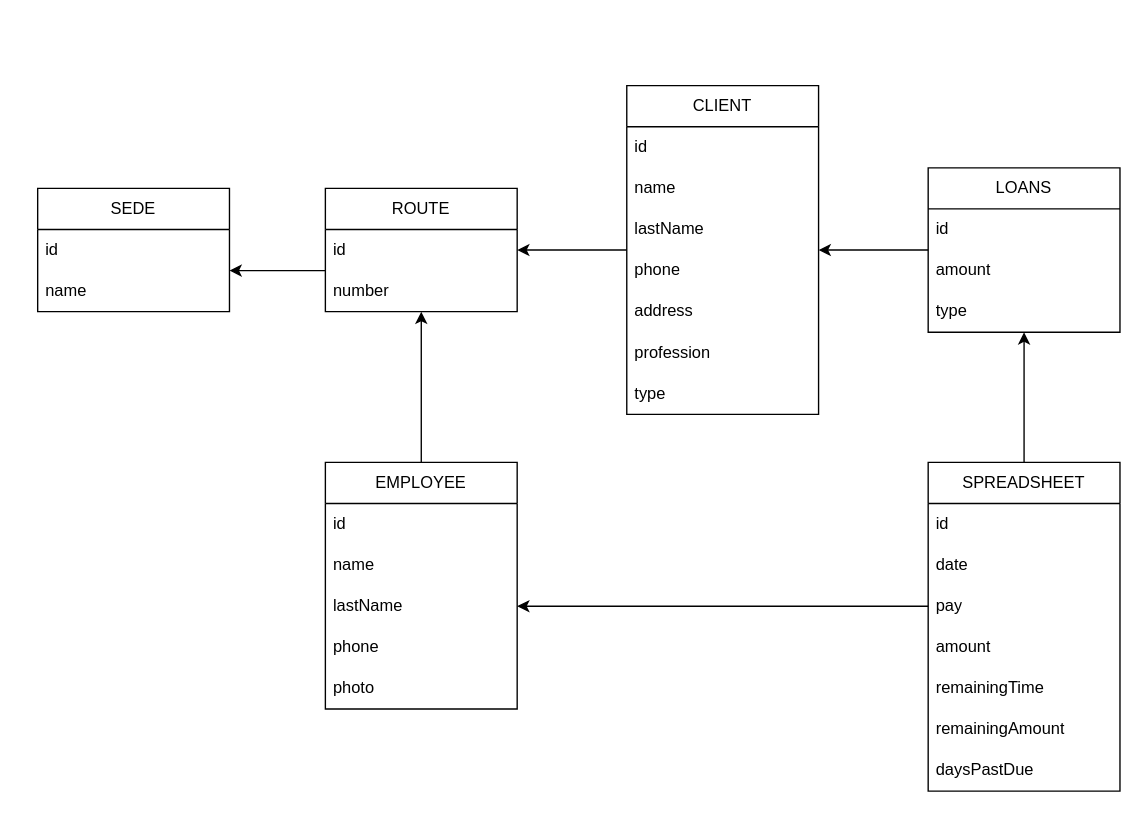
Before: schema_.drawio in david-ortegac/gotagota, a draw.io diagram. Source tidied: cells renumbered, new cells numbered last; positions are measured from the earlier drawing's top-left corner, leaving out a move shared by most shapes. Both pictures are drawn from the tidied source at 137%, with x=0, y=0 at pixel (37, 85).
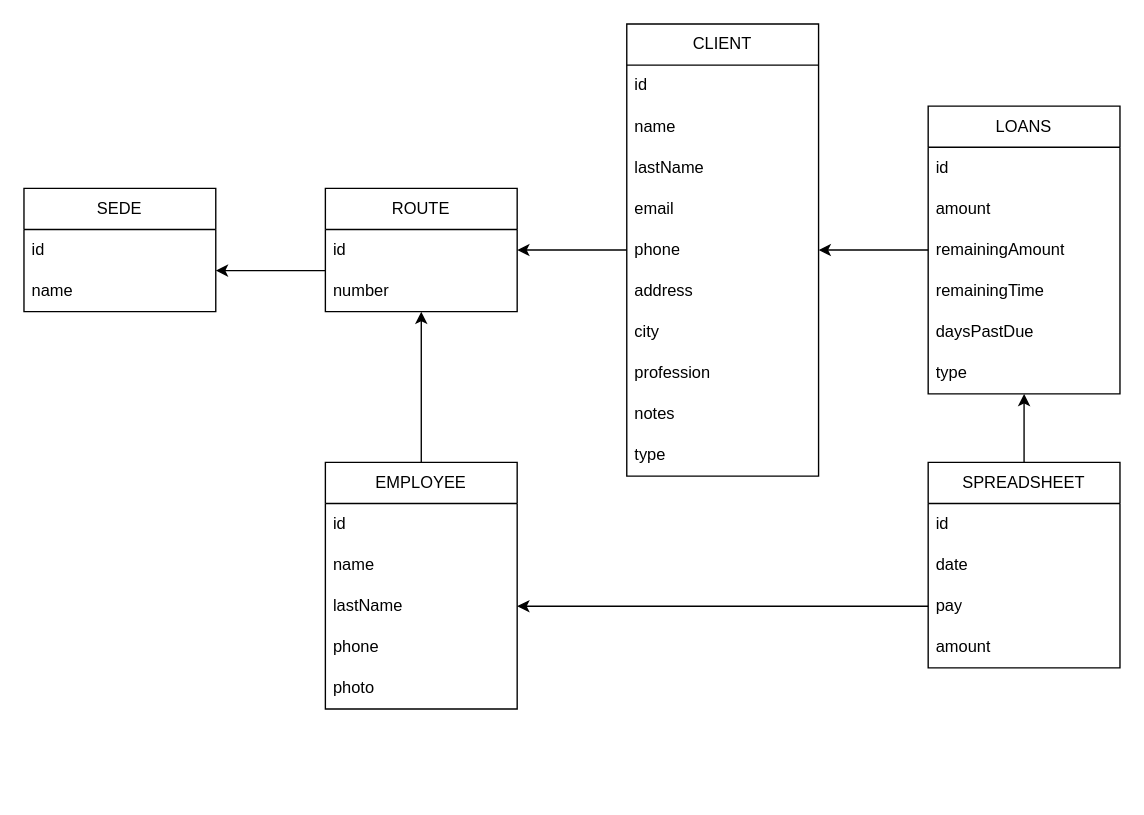
Above is the later version.

Diff of the diagram source:
```diff
@@
     <mxCell id="2" value="SEDE" style="swimlane;fontStyle=0;horizontal=1;startSize=30;whiteSpace=wrap;html=1;" parent="1" vertex="1">
-      <mxGeometry y="75" width="140" height="90" as="geometry" />
+      <mxGeometry x="-10" y="75" width="140" height="90" as="geometry" />
     </mxCell>
@@
     <mxCell id="16" value="CLIENT" style="swimlane;fontStyle=0;horizontal=1;startSize=30;whiteSpace=wrap;html=1;" parent="1" vertex="1">
-      <mxGeometry x="430" width="140" height="240" as="geometry" />
+      <mxGeometry x="430" y="-45" width="140" height="330" as="geometry" />
     </mxCell>
@@
+    <mxCell id="40" value="email" style="text;strokeColor=none;fillColor=none;align=left;verticalAlign=middle;spacingLeft=4;spacingRight=4;overflow=hidden;whiteSpace=wrap;html=1;" parent="16" vertex="1">
+      <mxGeometry y="120" width="140" height="30" as="geometry" />
+    </mxCell>
     <mxCell id="20" value="phone" style="text;strokeColor=none;fillColor=none;align=left;verticalAlign=middle;spacingLeft=4;spacingRight=4;overflow=hidden;whiteSpace=wrap;html=1;" parent="16" vertex="1">
-      <mxGeometry y="120" width="140" height="30" as="geometry" />
+      <mxGeometry y="150" width="140" height="30" as="geometry" />
     </mxCell>
     <mxCell id="21" value="address" style="text;strokeColor=none;fillColor=none;align=left;verticalAlign=middle;spacingLeft=4;spacingRight=4;overflow=hidden;whiteSpace=wrap;html=1;" parent="16" vertex="1">
-      <mxGeometry y="150" width="140" height="30" as="geometry" />
+      <mxGeometry y="180" width="140" height="30" as="geometry" />
     </mxCell>
+    <mxCell id="41" value="city" style="text;strokeColor=none;fillColor=none;align=left;verticalAlign=middle;spacingLeft=4;spacingRight=4;overflow=hidden;whiteSpace=wrap;html=1;" parent="16" vertex="1">
+      <mxGeometry y="210" width="140" height="30" as="geometry" />
+    </mxCell>
     <mxCell id="22" value="profession" style="text;strokeColor=none;fillColor=none;align=left;verticalAlign=middle;spacingLeft=4;spacingRight=4;overflow=hidden;whiteSpace=wrap;html=1;" parent="16" vertex="1">
-      <mxGeometry y="180" width="140" height="30" as="geometry" />
+      <mxGeometry y="240" width="140" height="30" as="geometry" />
     </mxCell>
-    <mxCell id="23" value="type" style="text;strokeColor=none;fillColor=none;align=left;verticalAlign=middle;spacingLeft=4;spacingRight=4;overflow=hidden;whiteSpace=wrap;html=1;" parent="16" vertex="1">
-      <mxGeometry y="210" width="140" height="30" as="geometry" />
+    <mxCell id="23" value="notes" style="text;strokeColor=none;fillColor=none;align=left;verticalAlign=middle;spacingLeft=4;spacingRight=4;overflow=hidden;whiteSpace=wrap;html=1;" parent="16" vertex="1">
+      <mxGeometry y="270" width="140" height="30" as="geometry" />
     </mxCell>
+    <mxCell id="42" value="type" style="text;strokeColor=none;fillColor=none;align=left;verticalAlign=middle;spacingLeft=4;spacingRight=4;overflow=hidden;whiteSpace=wrap;html=1;" parent="16" vertex="1">
+      <mxGeometry y="300" width="140" height="30" as="geometry" />
+    </mxCell>
@@
     <mxCell id="25" value="LOANS" style="swimlane;fontStyle=0;horizontal=1;startSize=30;whiteSpace=wrap;html=1;" parent="1" vertex="1">
-      <mxGeometry x="650" y="60" width="140" height="120" as="geometry" />
+      <mxGeometry x="650" y="15" width="140" height="210" as="geometry" />
     </mxCell>
@@
+    <mxCell id="36" value="remainingAmount" style="text;strokeColor=none;fillColor=none;align=left;verticalAlign=middle;spacingLeft=4;spacingRight=4;overflow=hidden;whiteSpace=wrap;html=1;" parent="25" vertex="1">
+      <mxGeometry y="90" width="140" height="30" as="geometry" />
+    </mxCell>
+    <mxCell id="35" value="remainingTime" style="text;strokeColor=none;fillColor=none;align=left;verticalAlign=middle;spacingLeft=4;spacingRight=4;overflow=hidden;whiteSpace=wrap;html=1;" parent="25" vertex="1">
+      <mxGeometry y="120" width="140" height="30" as="geometry" />
+    </mxCell>
+    <mxCell id="37" value="daysPastDue" style="text;strokeColor=none;fillColor=none;align=left;verticalAlign=middle;spacingLeft=4;spacingRight=4;overflow=hidden;whiteSpace=wrap;html=1;" parent="25" vertex="1">
+      <mxGeometry y="150" width="140" height="30" as="geometry" />
+    </mxCell>
     <mxCell id="28" value="type" style="text;strokeColor=none;fillColor=none;align=left;verticalAlign=middle;spacingLeft=4;spacingRight=4;overflow=hidden;whiteSpace=wrap;html=1;" parent="25" vertex="1">
-      <mxGeometry y="90" width="140" height="30" as="geometry" />
+      <mxGeometry y="180" width="140" height="30" as="geometry" />
     </mxCell>
@@
     <mxCell id="30" value="SPREADSHEET" style="swimlane;fontStyle=0;horizontal=1;startSize=30;whiteSpace=wrap;html=1;" parent="1" vertex="1">
-      <mxGeometry x="650" y="275" width="140" height="240" as="geometry" />
+      <mxGeometry x="650" y="275" width="140" height="150" as="geometry" />
     </mxCell>
@@
-    <mxCell id="35" value="remainingTime" style="text;strokeColor=none;fillColor=none;align=left;verticalAlign=middle;spacingLeft=4;spacingRight=4;overflow=hidden;whiteSpace=wrap;html=1;" parent="30" vertex="1">
-      <mxGeometry y="150" width="140" height="30" as="geometry" />
-    </mxCell>
-    <mxCell id="36" value="remainingAmount" style="text;strokeColor=none;fillColor=none;align=left;verticalAlign=middle;spacingLeft=4;spacingRight=4;overflow=hidden;whiteSpace=wrap;html=1;" parent="30" vertex="1">
-      <mxGeometry y="180" width="140" height="30" as="geometry" />
-    </mxCell>
-    <mxCell id="37" value="daysPastDue" style="text;strokeColor=none;fillColor=none;align=left;verticalAlign=middle;spacingLeft=4;spacingRight=4;overflow=hidden;whiteSpace=wrap;html=1;" parent="30" vertex="1">
-      <mxGeometry y="210" width="140" height="30" as="geometry" />
-    </mxCell>
```
